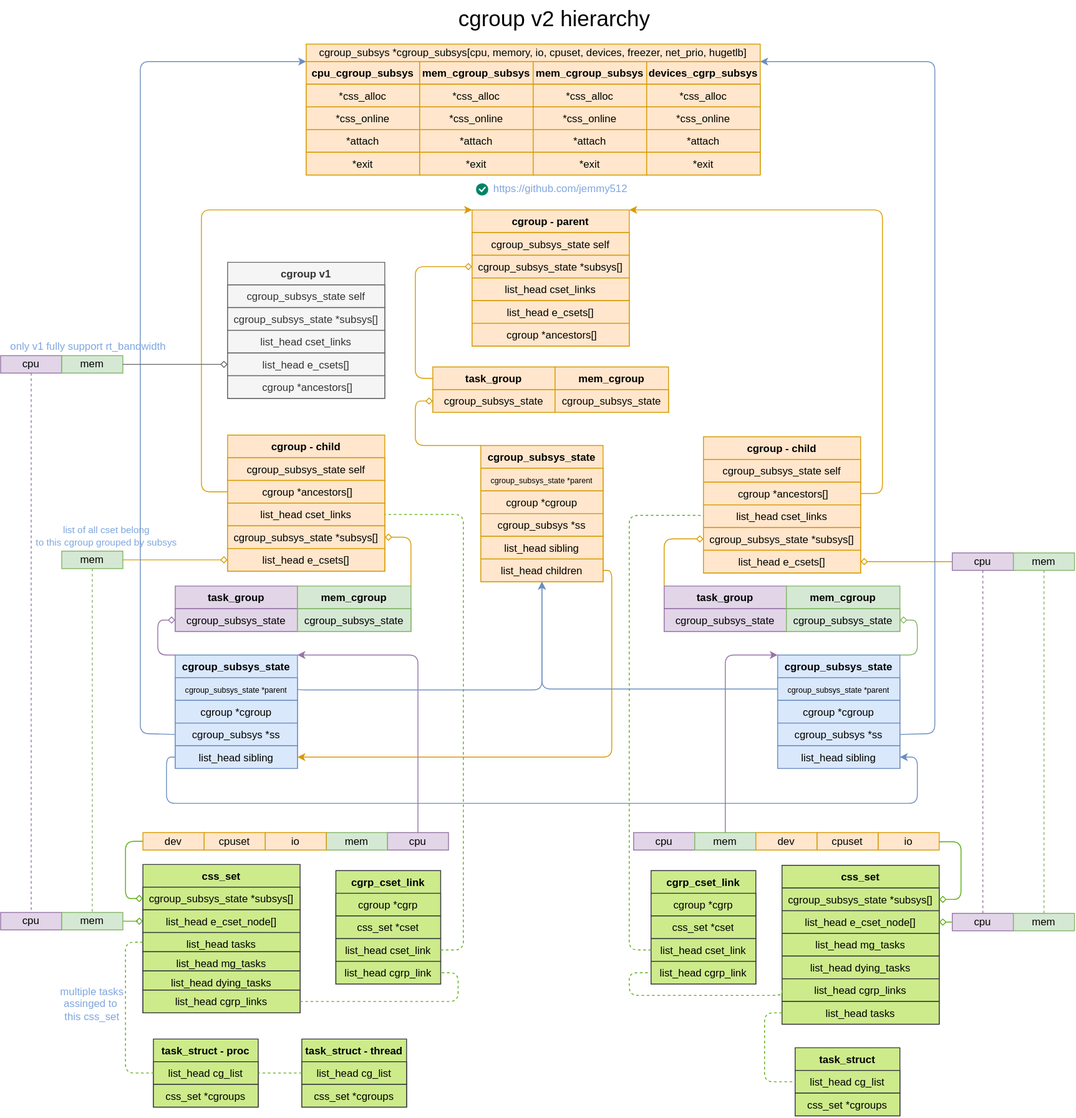
This is images/kernel/cgroup-arch.svg from jemmy512/book-notes, a draw.io export, as it was before one commit. Source tidied: cells renumbered, new cells last; positions are measured from the earlier drawing's top-left corner, leaving out a move shared by most shapes.
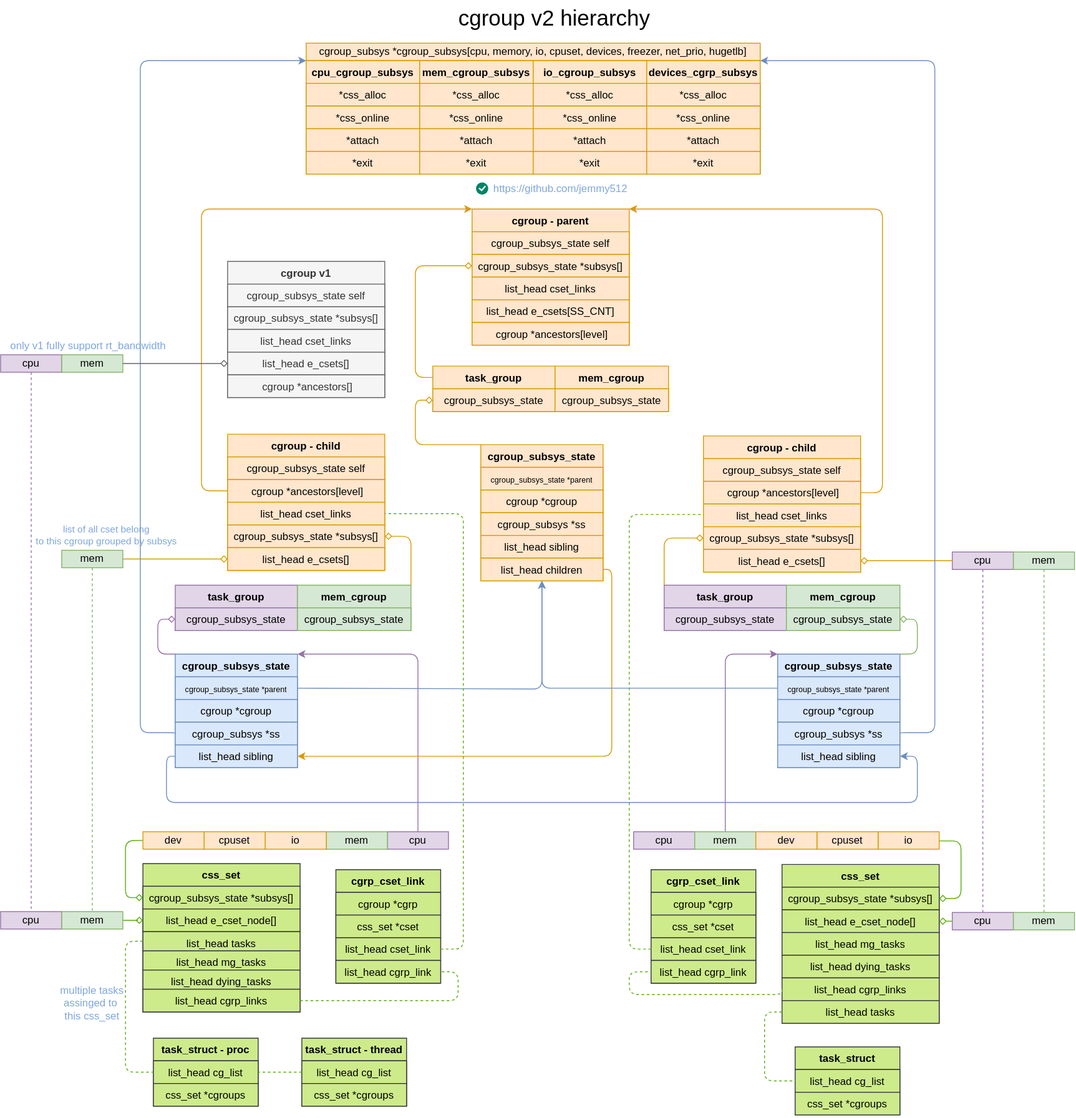
The same file after the commit.

Diff of the diagram source:
```diff
@@ -44,10 +44,10 @@
     <mxCell id="15" value="list_head cset_links" style="text;strokeColor=#d79b00;fillColor=#ffe6cc;align=center;verticalAlign=top;spacingLeft=4;spacingRight=4;overflow=hidden;whiteSpace=wrap;html=1;" parent="12" vertex="1">
       <mxGeometry y="78" width="180" height="26" as="geometry" />
     </mxCell>
-    <mxCell id="16" value="list_head e_csets[]" style="text;strokeColor=#d79b00;fillColor=#ffe6cc;align=center;verticalAlign=top;spacingLeft=4;spacingRight=4;overflow=hidden;whiteSpace=wrap;html=1;" parent="12" vertex="1">
+    <mxCell id="16" value="list_head e_csets[SS_CNT]" style="text;strokeColor=#d79b00;fillColor=#ffe6cc;align=center;verticalAlign=top;spacingLeft=4;spacingRight=4;overflow=hidden;whiteSpace=wrap;html=1;" parent="12" vertex="1">
       <mxGeometry y="104" width="180" height="26" as="geometry" />
     </mxCell>
-    <mxCell id="17" value="&amp;nbsp;cgroup *ancestors[]" style="text;strokeColor=#d79b00;fillColor=#ffe6cc;align=center;verticalAlign=top;spacingLeft=4;spacingRight=4;overflow=hidden;whiteSpace=wrap;html=1;" parent="12" vertex="1">
+    <mxCell id="17" value="&amp;nbsp;cgroup *ancestors[level]" style="text;strokeColor=#d79b00;fillColor=#ffe6cc;align=center;verticalAlign=top;spacingLeft=4;spacingRight=4;overflow=hidden;whiteSpace=wrap;html=1;" parent="12" vertex="1">
       <mxGeometry y="130" width="180" height="26" as="geometry" />
     </mxCell>
     <mxCell id="18" value="task_group" style="swimlane;fontStyle=1;align=center;verticalAlign=top;horizontal=1;startSize=26;whiteSpace=wrap;html=1;fillColor=#ffe6cc;strokeColor=#d79b00;" parent="1" vertex="1">
@@ -68,7 +68,7 @@
     <mxCell id="23" value="cgroup_subsys_state self" style="text;strokeColor=#d79b00;fillColor=#ffe6cc;align=center;verticalAlign=top;spacingLeft=4;spacingRight=4;overflow=hidden;whiteSpace=wrap;html=1;" parent="22" vertex="1">
       <mxGeometry y="26" width="180" height="26" as="geometry" />
     </mxCell>
-    <mxCell id="24" value="&amp;nbsp;cgroup *ancestors[]" style="text;strokeColor=#d79b00;fillColor=#ffe6cc;align=center;verticalAlign=top;spacingLeft=4;spacingRight=4;overflow=hidden;points=[[0,0.5],[1,0.5]];portConstraint=eastwest;whiteSpace=wrap;html=1;" parent="22" vertex="1">
+    <mxCell id="24" value="&amp;nbsp;cgroup *ancestors[level]" style="text;strokeColor=#d79b00;fillColor=#ffe6cc;align=center;verticalAlign=top;spacingLeft=4;spacingRight=4;overflow=hidden;points=[[0,0.5],[1,0.5]];portConstraint=eastwest;whiteSpace=wrap;html=1;" parent="22" vertex="1">
       <mxGeometry y="52" width="180" height="26" as="geometry" />
     </mxCell>
     <mxCell id="25" value="list_head cset_links" style="text;strokeColor=#d79b00;fillColor=#ffe6cc;align=center;verticalAlign=top;spacingLeft=4;spacingRight=4;overflow=hidden;points=[[0,0.5],[1,0.5]];portConstraint=eastwest;whiteSpace=wrap;html=1;" parent="22" vertex="1">
@@ -98,7 +98,7 @@
     <mxCell id="33" value="cgroup_subsys_state self" style="text;strokeColor=#d79b00;fillColor=#ffe6cc;align=center;verticalAlign=top;spacingLeft=4;spacingRight=4;overflow=hidden;whiteSpace=wrap;html=1;" parent="32" vertex="1">
       <mxGeometry y="26" width="180" height="26" as="geometry" />
     </mxCell>
-    <mxCell id="34" value="&amp;nbsp;cgroup *ancestors[]" style="text;strokeColor=#d79b00;fillColor=#ffe6cc;align=center;verticalAlign=top;spacingLeft=4;spacingRight=4;overflow=hidden;points=[[0,0.5],[1,0.5]];portConstraint=eastwest;whiteSpace=wrap;html=1;" parent="32" vertex="1">
+    <mxCell id="34" value="&amp;nbsp;cgroup *ancestors[level]" style="text;strokeColor=#d79b00;fillColor=#ffe6cc;align=center;verticalAlign=top;spacingLeft=4;spacingRight=4;overflow=hidden;points=[[0,0.5],[1,0.5]];portConstraint=eastwest;whiteSpace=wrap;html=1;" parent="32" vertex="1">
       <mxGeometry y="52" width="180" height="26" as="geometry" />
     </mxCell>
     <mxCell id="35" value="list_head cset_links" style="text;strokeColor=#d79b00;fillColor=#ffe6cc;align=center;verticalAlign=top;spacingLeft=4;spacingRight=4;overflow=hidden;points=[[0,0.5],[1,0.5]];portConstraint=eastwest;whiteSpace=wrap;html=1;" parent="32" vertex="1">
@@ -563,7 +563,7 @@
     <mxCell id="156" value="dev" style="rounded=0;whiteSpace=wrap;html=1;fillColor=#ffe6cc;strokeColor=#d79b00;align=center;" parent="1" vertex="1">
       <mxGeometry x="865" y="953.5" width="70" height="20" as="geometry" />
     </mxCell>
-    <mxCell id="157" value="mem_cgroup_subsys" style="swimlane;fontStyle=1;align=center;verticalAlign=top;horizontal=1;startSize=26;whiteSpace=wrap;html=1;fillColor=#ffe6cc;strokeColor=#d79b00;" parent="1" vertex="1">
+    <mxCell id="157" value="io_cgroup_subsys" style="swimlane;fontStyle=1;align=center;verticalAlign=top;horizontal=1;startSize=26;whiteSpace=wrap;html=1;fillColor=#ffe6cc;strokeColor=#d79b00;" parent="1" vertex="1">
       <mxGeometry x="610" y="70" width="130" height="130" as="geometry" />
     </mxCell>
     <mxCell id="158" value="*css_alloc" style="text;strokeColor=#d79b00;fillColor=#ffe6cc;align=center;verticalAlign=top;spacingLeft=4;spacingRight=4;overflow=hidden;whiteSpace=wrap;html=1;" parent="157" vertex="1">
```
